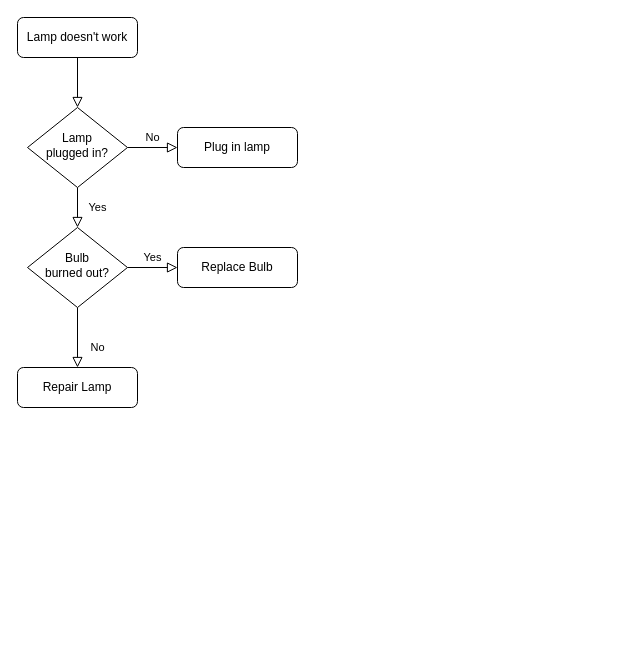
This is page "printf.c" (1 of 2) of printf.drawio from clay-creates/holbertonschool-printf, a draw.io file, before an edit. Source tidied: cells renumbered, new cells numbered last; positions are measured from the earlier drawing's top-left corner, leaving out a move shared by most shapes. Both pictures are drawn from the tidied source at 100%, with x=0, y=0 at pixel (17, 17).
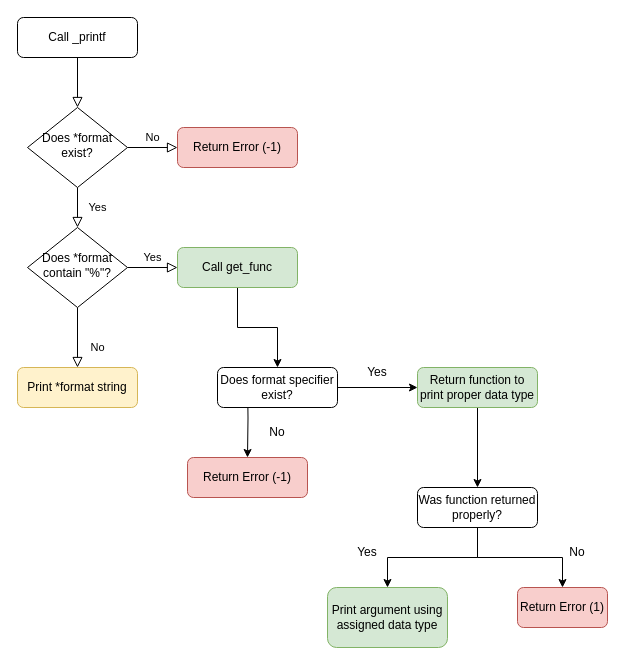
After the change.

What changed in the source:
```diff
@@
-    <mxCell id="3" value="Lamp doesn't work" style="rounded=1;whiteSpace=wrap;html=1;fontSize=12;glass=0;strokeWidth=1;shadow=0;" parent="1" vertex="1">
+    <mxCell id="3" value="&lt;div&gt;Call _printf&lt;/div&gt;" style="rounded=1;whiteSpace=wrap;html=1;fontSize=12;glass=0;strokeWidth=1;shadow=0;" parent="1" vertex="1">
       <mxGeometry width="120" height="40" as="geometry" />
     </mxCell>
@@
-    <mxCell id="6" value="Lamp&lt;br&gt;plugged in?" style="rhombus;whiteSpace=wrap;html=1;shadow=0;fontFamily=Helvetica;fontSize=12;align=center;strokeWidth=1;spacing=6;spacingTop=-4;" parent="1" vertex="1">
+    <mxCell id="6" value="Does *format exist?" style="rhombus;whiteSpace=wrap;html=1;shadow=0;fontFamily=Helvetica;fontSize=12;align=center;strokeWidth=1;spacing=6;spacingTop=-4;" parent="1" vertex="1">
       <mxGeometry x="10" y="90" width="100" height="80" as="geometry" />
     </mxCell>
-    <mxCell id="7" value="Plug in lamp" style="rounded=1;whiteSpace=wrap;html=1;fontSize=12;glass=0;strokeWidth=1;shadow=0;" parent="1" vertex="1">
+    <mxCell id="7" value="Return Error (-1)" style="rounded=1;whiteSpace=wrap;html=1;fontSize=12;glass=0;strokeWidth=1;shadow=0;fillColor=#f8cecc;strokeColor=#b85450;" parent="1" vertex="1">
       <mxGeometry x="160" y="110" width="120" height="40" as="geometry" />
     </mxCell>
@@
-    <mxCell id="10" value="Bulb&lt;br&gt;burned out?" style="rhombus;whiteSpace=wrap;html=1;shadow=0;fontFamily=Helvetica;fontSize=12;align=center;strokeWidth=1;spacing=6;spacingTop=-4;" parent="1" vertex="1">
+    <mxCell id="10" value="Does *format contain &quot;%&quot;?" style="rhombus;whiteSpace=wrap;html=1;shadow=0;fontFamily=Helvetica;fontSize=12;align=center;strokeWidth=1;spacing=6;spacingTop=-4;" parent="1" vertex="1">
       <mxGeometry x="10" y="210" width="100" height="80" as="geometry" />
     </mxCell>
-    <mxCell id="11" value="Repair Lamp" style="rounded=1;whiteSpace=wrap;html=1;fontSize=12;glass=0;strokeWidth=1;shadow=0;" parent="1" vertex="1">
+    <mxCell id="11" value="Print *format string" style="rounded=1;whiteSpace=wrap;html=1;fontSize=12;glass=0;strokeWidth=1;shadow=0;fillColor=#fff2cc;strokeColor=#d6b656;" parent="1" vertex="1">
       <mxGeometry y="350" width="120" height="40" as="geometry" />
     </mxCell>
+    <mxCell id="13" style="edgeStyle=orthogonalEdgeStyle;rounded=0;jettySize=auto;html=1;" parent="1" edge="1" source="12" target="17">
+      <mxGeometry relative="1" as="geometry" />
+    </mxCell>
-    <mxCell id="12" value="Replace Bulb" style="rounded=1;whiteSpace=wrap;html=1;fontSize=12;glass=0;strokeWidth=1;shadow=0;" parent="1" vertex="1">
+    <mxCell id="12" value="Call get_func" style="rounded=1;whiteSpace=wrap;html=1;fontSize=12;glass=0;strokeWidth=1;shadow=0;fillColor=#d5e8d4;strokeColor=#82b366;" parent="1" vertex="1">
       <mxGeometry x="160" y="230" width="120" height="40" as="geometry" />
     </mxCell>
+    <mxCell id="14" style="edgeStyle=orthogonalEdgeStyle;rounded=0;orthogonalLoop=1;jettySize=auto;html=1;exitX=0.5;exitY=1;exitDx=0;exitDy=0;" parent="1" edge="1">
+      <mxGeometry relative="1" as="geometry">
+        <mxPoint x="290" y="360" as="sourcePoint" />
+        <mxPoint x="290" y="360" as="targetPoint" />
+      </mxGeometry>
+    </mxCell>
+    <mxCell id="15" style="edgeStyle=orthogonalEdgeStyle;rounded=0;jettySize=auto;html=1;" parent="1" edge="1" target="18">
+      <mxGeometry relative="1" as="geometry">
+        <mxPoint x="230" y="360" as="sourcePoint" />
+      </mxGeometry>
+    </mxCell>
+    <mxCell id="16" style="edgeStyle=orthogonalEdgeStyle;rounded=0;jettySize=auto;html=1;" parent="1" edge="1" source="17" target="20">
+      <mxGeometry relative="1" as="geometry" />
+    </mxCell>
+    <mxCell id="17" value="Does format specifier exist?" style="rounded=1;whiteSpace=wrap;html=1;fontSize=12;glass=0;strokeWidth=1;shadow=0;" parent="1" vertex="1">
+      <mxGeometry x="200" y="350" width="120" height="40" as="geometry" />
+    </mxCell>
+    <mxCell id="18" value="Return Error (-1)" style="rounded=1;whiteSpace=wrap;html=1;fontSize=12;glass=0;strokeWidth=1;shadow=0;fillColor=#f8cecc;strokeColor=#b85450;" parent="1" vertex="1">
+      <mxGeometry x="170" y="440" width="120" height="40" as="geometry" />
+    </mxCell>
+    <mxCell id="19" style="edgeStyle=orthogonalEdgeStyle;rounded=0;jettySize=auto;html=1;" parent="1" edge="1" source="20" target="24">
+      <mxGeometry relative="1" as="geometry" />
+    </mxCell>
+    <mxCell id="20" value="Return function to print proper data type" style="rounded=1;whiteSpace=wrap;html=1;fontSize=12;glass=0;strokeWidth=1;shadow=0;fillColor=#d5e8d4;strokeColor=#82b366;" parent="1" vertex="1">
+      <mxGeometry x="400" y="350" width="120" height="40" as="geometry" />
+    </mxCell>
+    <mxCell id="21" style="edgeStyle=orthogonalEdgeStyle;rounded=0;orthogonalLoop=1;jettySize=auto;html=1;exitX=0.5;exitY=1;exitDx=0;exitDy=0;" parent="1" edge="1" source="20" target="20">
+      <mxGeometry relative="1" as="geometry" />
+    </mxCell>
+    <mxCell id="22" style="edgeStyle=orthogonalEdgeStyle;rounded=0;jettySize=auto;html=1;exitX=0.5;exitY=1;exitDx=0;exitDy=0;" parent="1" edge="1" source="24" target="26">
+      <mxGeometry relative="1" as="geometry" />
+    </mxCell>
+    <mxCell id="23" style="edgeStyle=orthogonalEdgeStyle;rounded=0;jettySize=auto;html=1;exitX=0.5;exitY=1;exitDx=0;exitDy=0;" parent="1" edge="1" source="24" target="25">
+      <mxGeometry relative="1" as="geometry" />
+    </mxCell>
+    <mxCell id="24" value="&lt;div&gt;Was function returned properly?&lt;/div&gt;" style="rounded=1;whiteSpace=wrap;html=1;fontSize=12;glass=0;strokeWidth=1;shadow=0;" parent="1" vertex="1">
+      <mxGeometry x="400" y="470" width="120" height="40" as="geometry" />
+    </mxCell>
+    <mxCell id="25" value="&lt;div&gt;Return Error (1)&lt;/div&gt;" style="rounded=1;whiteSpace=wrap;html=1;fillColor=#f8cecc;strokeColor=#b85450;" parent="1" vertex="1">
+      <mxGeometry x="500" y="570" width="90" height="40" as="geometry" />
+    </mxCell>
+    <mxCell id="26" value="Print argument using assigned data type" style="rounded=1;whiteSpace=wrap;html=1;fillColor=#d5e8d4;strokeColor=#82b366;" parent="1" vertex="1">
+      <mxGeometry x="310" y="570" width="120" height="60" as="geometry" />
+    </mxCell>
+    <mxCell id="27" value="No" style="text;html=1;strokeColor=none;fillColor=none;align=center;verticalAlign=middle;whiteSpace=wrap;rounded=0;" parent="1" vertex="1">
+      <mxGeometry x="230" y="400" width="60" height="30" as="geometry" />
+    </mxCell>
+    <mxCell id="28" value="&lt;div&gt;Yes&lt;/div&gt;" style="text;html=1;strokeColor=none;fillColor=none;align=center;verticalAlign=middle;whiteSpace=wrap;rounded=0;" parent="1" vertex="1">
+      <mxGeometry x="330" y="340" width="60" height="30" as="geometry" />
+    </mxCell>
+    <mxCell id="29" value="&lt;div&gt;Yes&lt;/div&gt;" style="text;html=1;strokeColor=none;fillColor=none;align=center;verticalAlign=middle;whiteSpace=wrap;rounded=0;" parent="1" vertex="1">
+      <mxGeometry x="320" y="520" width="60" height="30" as="geometry" />
+    </mxCell>
+    <mxCell id="30" value="No" style="text;html=1;strokeColor=none;fillColor=none;align=center;verticalAlign=middle;whiteSpace=wrap;rounded=0;" parent="1" vertex="1">
+      <mxGeometry x="530" y="520" width="60" height="30" as="geometry" />
+    </mxCell>
```
